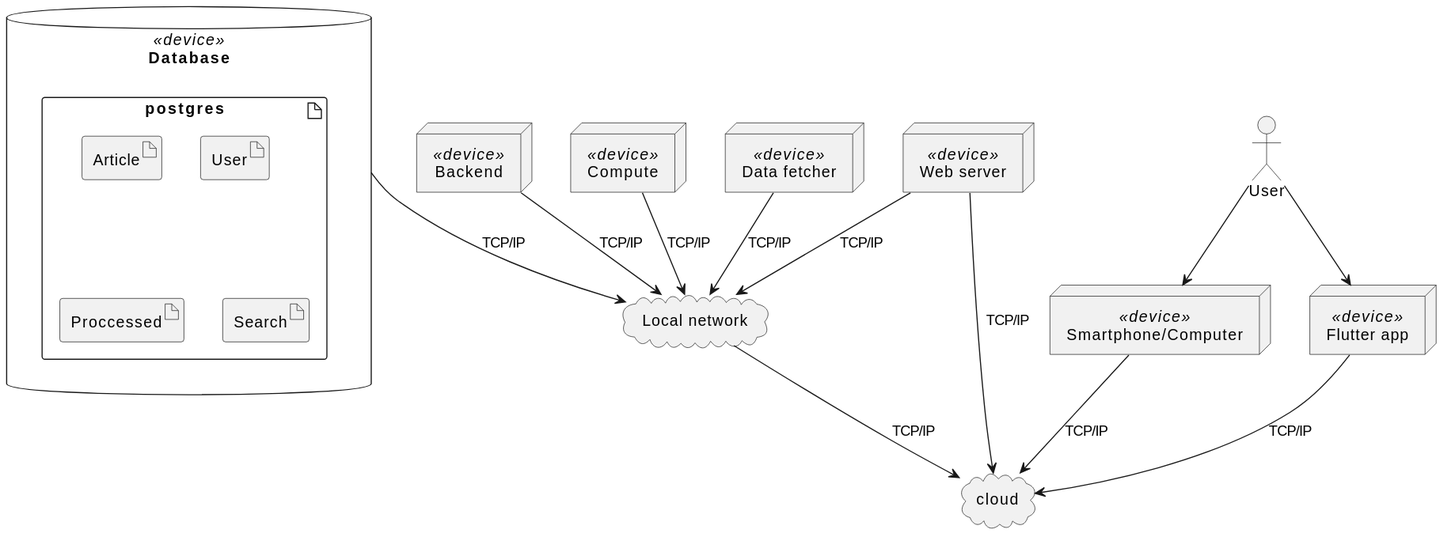
The PlantUML diagram docs/project_design/fig/deployment_diagram.svg in ResearchComputingServices/maple, before a commit. The source it was exported from:
```plantuml
@startuml
node Backend as backend <<device>>{

}

node Compute as compute <<device>>{

}
node "Data fetcher" as crawler <<device>>

cloud "Local network"  as local_network{

}

cloud cloud as _cloud

database Database as db <<device>>{
    artifact postgres {
        artifact Article
        artifact User
        artifact Proccessed
        artifact Search
    }
}



backend --> local_network: TCP/IP
compute --> local_network: TCP/IP
crawler --> local_network: TCP/IP

node "Flutter app" as app <<device>> {

}

node "Web server" as appweb <<device>>

node "Smartphone/Computer" as smartdevice <<device>>

actor User as user

user --> app
user --> smartdevice
app --> _cloud: TCP/IP
smartdevice-->_cloud: TCP/IP
local_network --> _cloud: TCP/IP
appweb --> local_network: TCP/IP
appweb --> _cloud: TCP/IP
db --> local_network: TCP/IP
@enduml
```
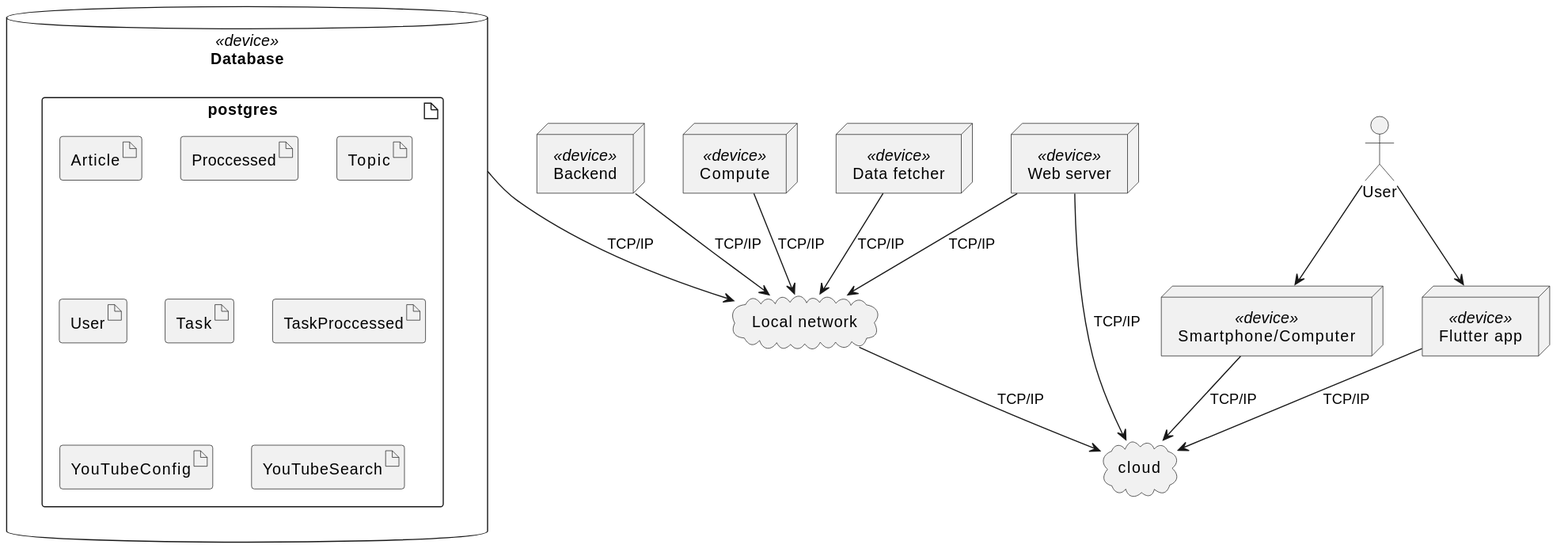
The same diagram one commit later.

Change to the diagram source:
```diff
@@ -17,9 +17,13 @@
 database Database as db <<device>>{
     artifact postgres {
         artifact Article
+        artifact Proccessed
+        artifact Topic
         artifact User
-        artifact Proccessed
-        artifact Search
+        artifact Task
+        artifact TaskProccessed
+        artifact YouTubeConfig
+        artifact YouTubeSearch
     }
 }
 
```
